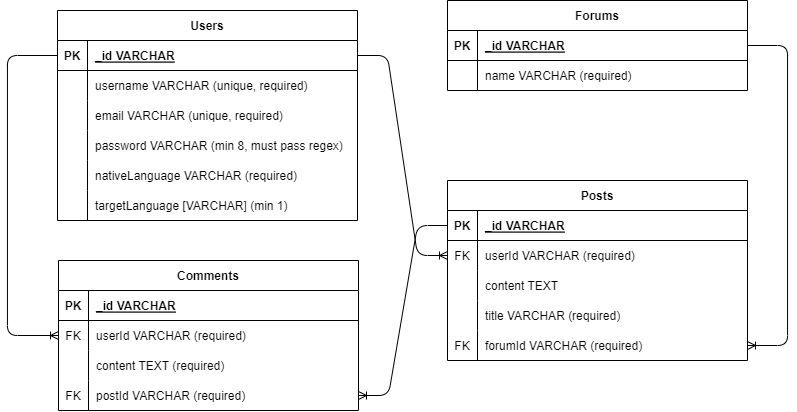
Above: finalPorjectDBSchema.drawio.png in sulthanna97/Hacklingo-backend (draw.io), before the change. Source tidied: cells renumbered, new cells last; positions are measured from the earlier drawing's top-left corner, leaving out a move shared by most shapes. Source of this version:
```xml
<mxGraphModel>
  <root>
    <mxCell id="0" />
    <mxCell id="1" parent="0" />
    <mxCell id="2" value="Users" style="shape=table;startSize=30;rowLines=0;fontStyle=1;align=center;" parent="1" vertex="1">
      <mxGeometry x="50" y="10" width="300" height="210" as="geometry" />
    </mxCell>
    <mxCell id="3" style="shape=tableRow;horizontal=0;startSize=0;swimlaneHead=0;swimlaneBody=0;fillColor=none;points=[[0,0.5],[1,0.5]];portConstraint=eastwest;top=0;left=0;right=0;bottom=1;" parent="2" vertex="1">
      <mxGeometry y="30" width="300" height="30" as="geometry" />
    </mxCell>
    <mxCell id="4" value="PK" style="shape=partialRectangle;fillColor=none;top=0;left=0;bottom=0;right=0;fontStyle=1;overflow=hidden;" parent="3" vertex="1">
      <mxGeometry width="30" height="30" as="geometry" />
    </mxCell>
    <mxCell id="5" value="_id VARCHAR" style="shape=partialRectangle;fillColor=none;top=0;left=0;bottom=0;right=0;align=left;spacingLeft=6;fontStyle=5;overflow=hidden;" parent="3" vertex="1">
      <mxGeometry x="30" width="270" height="30" as="geometry" />
    </mxCell>
    <mxCell id="6" style="shape=tableRow;horizontal=0;startSize=0;swimlaneHead=0;swimlaneBody=0;fillColor=none;top=0;left=0;right=0;bottom=0;" parent="2" vertex="1">
      <mxGeometry y="60" width="300" height="30" as="geometry" />
    </mxCell>
    <mxCell id="7" style="shape=partialRectangle;fillColor=none;top=0;left=0;bottom=0;right=0;overflow=hidden;" parent="6" vertex="1">
      <mxGeometry width="30" height="30" as="geometry" />
    </mxCell>
    <mxCell id="8" value="username VARCHAR (unique, required)" style="shape=partialRectangle;fillColor=none;top=0;left=0;bottom=0;right=0;align=left;spacingLeft=6;overflow=hidden;" parent="6" vertex="1">
      <mxGeometry x="30" width="270" height="30" as="geometry" />
    </mxCell>
    <mxCell id="9" style="shape=tableRow;horizontal=0;startSize=0;swimlaneHead=0;swimlaneBody=0;fillColor=none;top=0;left=0;right=0;bottom=0;" parent="2" vertex="1">
      <mxGeometry y="90" width="300" height="30" as="geometry" />
    </mxCell>
    <mxCell id="10" style="shape=partialRectangle;fillColor=none;top=0;left=0;bottom=0;right=0;overflow=hidden;" parent="9" vertex="1">
      <mxGeometry width="30" height="30" as="geometry" />
    </mxCell>
    <mxCell id="11" value="email VARCHAR (unique, required)" style="shape=partialRectangle;fillColor=none;top=0;left=0;bottom=0;right=0;align=left;spacingLeft=6;overflow=hidden;" parent="9" vertex="1">
      <mxGeometry x="30" width="270" height="30" as="geometry" />
    </mxCell>
    <mxCell id="12" style="shape=tableRow;horizontal=0;startSize=0;swimlaneHead=0;swimlaneBody=0;fillColor=none;top=0;left=0;right=0;bottom=0;" parent="2" vertex="1">
      <mxGeometry y="120" width="300" height="30" as="geometry" />
    </mxCell>
    <mxCell id="13" style="shape=partialRectangle;fillColor=none;top=0;left=0;bottom=0;right=0;overflow=hidden;" parent="12" vertex="1">
      <mxGeometry width="30" height="30" as="geometry" />
    </mxCell>
    <mxCell id="14" value="password VARCHAR (min 8, must pass regex)" style="shape=partialRectangle;fillColor=none;top=0;left=0;bottom=0;right=0;align=left;spacingLeft=6;overflow=hidden;" parent="12" vertex="1">
      <mxGeometry x="30" width="270" height="30" as="geometry" />
    </mxCell>
    <mxCell id="15" style="shape=tableRow;horizontal=0;startSize=0;swimlaneHead=0;swimlaneBody=0;fillColor=none;top=0;left=0;right=0;bottom=0;" parent="2" vertex="1">
      <mxGeometry y="150" width="300" height="30" as="geometry" />
    </mxCell>
    <mxCell id="16" style="shape=partialRectangle;fillColor=none;top=0;left=0;bottom=0;right=0;overflow=hidden;" parent="15" vertex="1">
      <mxGeometry width="30" height="30" as="geometry" />
    </mxCell>
    <mxCell id="17" value="nativeLanguage VARCHAR (required)" style="shape=partialRectangle;fillColor=none;top=0;left=0;bottom=0;right=0;align=left;spacingLeft=6;overflow=hidden;" parent="15" vertex="1">
      <mxGeometry x="30" width="270" height="30" as="geometry" />
    </mxCell>
    <mxCell id="18" style="shape=tableRow;horizontal=0;startSize=0;swimlaneHead=0;swimlaneBody=0;fillColor=none;top=0;left=0;right=0;bottom=0;" parent="2" vertex="1">
      <mxGeometry y="180" width="300" height="30" as="geometry" />
    </mxCell>
    <mxCell id="19" style="shape=partialRectangle;fillColor=none;top=0;left=0;bottom=0;right=0;overflow=hidden;" parent="18" vertex="1">
      <mxGeometry width="30" height="30" as="geometry" />
    </mxCell>
    <mxCell id="20" value="targetLanguage [VARCHAR] (min 1)" style="shape=partialRectangle;fillColor=none;top=0;left=0;bottom=0;right=0;align=left;spacingLeft=6;overflow=hidden;" parent="18" vertex="1">
      <mxGeometry x="30" width="270" height="30" as="geometry" />
    </mxCell>
    <mxCell id="21" value="Forums" style="shape=table;startSize=30;rowLines=0;fontStyle=1;align=center;" parent="1" vertex="1">
      <mxGeometry x="440" width="300" height="90" as="geometry" />
    </mxCell>
    <mxCell id="22" style="shape=tableRow;horizontal=0;startSize=0;swimlaneHead=0;swimlaneBody=0;fillColor=none;points=[[0,0.5],[1,0.5]];portConstraint=eastwest;top=0;left=0;right=0;bottom=1;" parent="21" vertex="1">
      <mxGeometry y="30" width="300" height="30" as="geometry" />
    </mxCell>
    <mxCell id="23" value="PK" style="shape=partialRectangle;fillColor=none;top=0;left=0;bottom=0;right=0;fontStyle=1;overflow=hidden;" parent="22" vertex="1">
      <mxGeometry width="30" height="30" as="geometry" />
    </mxCell>
    <mxCell id="24" value="_id VARCHAR" style="shape=partialRectangle;fillColor=none;top=0;left=0;bottom=0;right=0;align=left;spacingLeft=6;fontStyle=5;overflow=hidden;" parent="22" vertex="1">
      <mxGeometry x="30" width="270" height="30" as="geometry" />
    </mxCell>
    <mxCell id="25" style="shape=tableRow;horizontal=0;startSize=0;swimlaneHead=0;swimlaneBody=0;fillColor=none;top=0;left=0;right=0;bottom=0;" parent="21" vertex="1">
      <mxGeometry y="60" width="300" height="30" as="geometry" />
    </mxCell>
    <mxCell id="26" style="shape=partialRectangle;fillColor=none;top=0;left=0;bottom=0;right=0;overflow=hidden;" parent="25" vertex="1">
      <mxGeometry width="30" height="30" as="geometry" />
    </mxCell>
    <mxCell id="27" value="name VARCHAR (required)" style="shape=partialRectangle;fillColor=none;top=0;left=0;bottom=0;right=0;align=left;spacingLeft=6;overflow=hidden;" parent="25" vertex="1">
      <mxGeometry x="30" width="270" height="30" as="geometry" />
    </mxCell>
    <mxCell id="28" value="Posts" style="shape=table;startSize=30;rowLines=0;fontStyle=1;align=center;" parent="1" vertex="1">
      <mxGeometry x="440" y="180" width="300" height="180" as="geometry" />
    </mxCell>
    <mxCell id="29" style="shape=tableRow;horizontal=0;startSize=0;swimlaneHead=0;swimlaneBody=0;fillColor=none;points=[[0,0.5],[1,0.5]];portConstraint=eastwest;top=0;left=0;right=0;bottom=1;" parent="28" vertex="1">
      <mxGeometry y="30" width="300" height="30" as="geometry" />
    </mxCell>
    <mxCell id="30" value="PK" style="shape=partialRectangle;fillColor=none;top=0;left=0;bottom=0;right=0;fontStyle=1;overflow=hidden;" parent="29" vertex="1">
      <mxGeometry width="30" height="30" as="geometry" />
    </mxCell>
    <mxCell id="31" value="_id VARCHAR" style="shape=partialRectangle;fillColor=none;top=0;left=0;bottom=0;right=0;align=left;spacingLeft=6;fontStyle=5;overflow=hidden;" parent="29" vertex="1">
      <mxGeometry x="30" width="270" height="30" as="geometry" />
    </mxCell>
    <mxCell id="32" style="shape=tableRow;horizontal=0;startSize=0;swimlaneHead=0;swimlaneBody=0;fillColor=none;points=[[0,0.5],[1,0.5]];portConstraint=eastwest;top=0;left=0;right=0;bottom=0;" parent="28" vertex="1">
      <mxGeometry y="60" width="300" height="30" as="geometry" />
    </mxCell>
    <mxCell id="33" value="FK" style="shape=partialRectangle;fillColor=none;top=0;left=0;bottom=0;right=0;overflow=hidden;" parent="32" vertex="1">
      <mxGeometry width="30" height="30" as="geometry" />
    </mxCell>
    <mxCell id="34" value="userId VARCHAR (required)" style="shape=partialRectangle;fillColor=none;top=0;left=0;bottom=0;right=0;align=left;spacingLeft=6;overflow=hidden;" parent="32" vertex="1">
      <mxGeometry x="30" width="270" height="30" as="geometry" />
    </mxCell>
    <mxCell id="35" style="shape=tableRow;horizontal=0;startSize=0;swimlaneHead=0;swimlaneBody=0;fillColor=none;top=0;left=0;right=0;bottom=0;" parent="28" vertex="1">
      <mxGeometry y="90" width="300" height="30" as="geometry" />
    </mxCell>
    <mxCell id="36" style="shape=partialRectangle;fillColor=none;top=0;left=0;bottom=0;right=0;overflow=hidden;" parent="35" vertex="1">
      <mxGeometry width="30" height="30" as="geometry" />
    </mxCell>
    <mxCell id="37" value="content TEXT" style="shape=partialRectangle;fillColor=none;top=0;left=0;bottom=0;right=0;align=left;spacingLeft=6;overflow=hidden;" parent="35" vertex="1">
      <mxGeometry x="30" width="270" height="30" as="geometry" />
    </mxCell>
    <mxCell id="38" style="shape=tableRow;horizontal=0;startSize=0;swimlaneHead=0;swimlaneBody=0;fillColor=none;top=0;left=0;right=0;bottom=0;" parent="28" vertex="1">
      <mxGeometry y="120" width="300" height="30" as="geometry" />
    </mxCell>
    <mxCell id="39" style="shape=partialRectangle;fillColor=none;top=0;left=0;bottom=0;right=0;overflow=hidden;" parent="38" vertex="1">
      <mxGeometry width="30" height="30" as="geometry" />
    </mxCell>
    <mxCell id="40" value="title VARCHAR (required)" style="shape=partialRectangle;fillColor=none;top=0;left=0;bottom=0;right=0;align=left;spacingLeft=6;overflow=hidden;" parent="38" vertex="1">
      <mxGeometry x="30" width="270" height="30" as="geometry" />
    </mxCell>
    <mxCell id="41" style="shape=tableRow;horizontal=0;startSize=0;swimlaneHead=0;swimlaneBody=0;fillColor=none;points=[[0,0.5],[1,0.5]];portConstraint=eastwest;top=0;left=0;right=0;bottom=0;" parent="28" vertex="1">
      <mxGeometry y="150" width="300" height="30" as="geometry" />
    </mxCell>
    <mxCell id="42" value="FK" style="shape=partialRectangle;fillColor=none;top=0;left=0;bottom=0;right=0;overflow=hidden;" parent="41" vertex="1">
      <mxGeometry width="30" height="30" as="geometry" />
    </mxCell>
    <mxCell id="43" value="forumId VARCHAR (required)" style="shape=partialRectangle;fillColor=none;top=0;left=0;bottom=0;right=0;align=left;spacingLeft=6;overflow=hidden;" parent="41" vertex="1">
      <mxGeometry x="30" width="270" height="30" as="geometry" />
    </mxCell>
    <mxCell id="44" value="Comments" style="shape=table;startSize=30;rowLines=0;fontStyle=1;align=center;" parent="1" vertex="1">
      <mxGeometry x="51" y="260" width="300" height="150" as="geometry" />
    </mxCell>
    <mxCell id="45" style="shape=tableRow;horizontal=0;startSize=0;swimlaneHead=0;swimlaneBody=0;fillColor=none;top=0;left=0;right=0;bottom=1;" parent="44" vertex="1">
      <mxGeometry y="30" width="300" height="30" as="geometry" />
    </mxCell>
    <mxCell id="46" value="PK" style="shape=partialRectangle;fillColor=none;top=0;left=0;bottom=0;right=0;fontStyle=1;overflow=hidden;" parent="45" vertex="1">
      <mxGeometry width="30" height="30" as="geometry" />
    </mxCell>
    <mxCell id="47" value="_id VARCHAR" style="shape=partialRectangle;fillColor=none;top=0;left=0;bottom=0;right=0;align=left;spacingLeft=6;fontStyle=5;overflow=hidden;" parent="45" vertex="1">
      <mxGeometry x="30" width="270" height="30" as="geometry" />
    </mxCell>
    <mxCell id="48" style="shape=tableRow;horizontal=0;startSize=0;swimlaneHead=0;swimlaneBody=0;fillColor=none;points=[[0,0.5],[1,0.5]];portConstraint=eastwest;top=0;left=0;right=0;bottom=0;" parent="44" vertex="1">
      <mxGeometry y="60" width="300" height="30" as="geometry" />
    </mxCell>
    <mxCell id="49" value="FK" style="shape=partialRectangle;fillColor=none;top=0;left=0;bottom=0;right=0;overflow=hidden;" parent="48" vertex="1">
      <mxGeometry width="30" height="30" as="geometry" />
    </mxCell>
    <mxCell id="50" value="userId VARCHAR (required)" style="shape=partialRectangle;fillColor=none;top=0;left=0;bottom=0;right=0;align=left;spacingLeft=6;overflow=hidden;" parent="48" vertex="1">
      <mxGeometry x="30" width="270" height="30" as="geometry" />
    </mxCell>
    <mxCell id="51" style="shape=tableRow;horizontal=0;startSize=0;swimlaneHead=0;swimlaneBody=0;fillColor=none;top=0;left=0;right=0;bottom=0;" parent="44" vertex="1">
      <mxGeometry y="90" width="300" height="30" as="geometry" />
    </mxCell>
    <mxCell id="52" style="shape=partialRectangle;fillColor=none;top=0;left=0;bottom=0;right=0;overflow=hidden;" parent="51" vertex="1">
      <mxGeometry width="30" height="30" as="geometry" />
    </mxCell>
    <mxCell id="53" value="content TEXT (required)" style="shape=partialRectangle;fillColor=none;top=0;left=0;bottom=0;right=0;align=left;spacingLeft=6;overflow=hidden;" parent="51" vertex="1">
      <mxGeometry x="30" width="270" height="30" as="geometry" />
    </mxCell>
    <mxCell id="54" style="shape=tableRow;horizontal=0;startSize=0;swimlaneHead=0;swimlaneBody=0;fillColor=none;points=[[0,0.5],[1,0.5]];portConstraint=eastwest;top=0;left=0;right=0;bottom=0;" parent="44" vertex="1">
      <mxGeometry y="120" width="300" height="30" as="geometry" />
    </mxCell>
    <mxCell id="55" value="FK" style="shape=partialRectangle;fillColor=none;top=0;left=0;bottom=0;right=0;overflow=hidden;" parent="54" vertex="1">
      <mxGeometry width="30" height="30" as="geometry" />
    </mxCell>
    <mxCell id="56" value="postId VARCHAR (required)" style="shape=partialRectangle;fillColor=none;top=0;left=0;bottom=0;right=0;align=left;spacingLeft=6;overflow=hidden;" parent="54" vertex="1">
      <mxGeometry x="30" width="270" height="30" as="geometry" />
    </mxCell>
    <mxCell id="57" style="edgeStyle=entityRelationEdgeStyle;fontSize=12;html=1;endArrow=ERoneToMany;exitX=0;exitY=0.5;exitDx=0;exitDy=0;entryX=1;entryY=0.5;entryDx=0;entryDy=0;" parent="1" edge="1" source="29" target="54">
      <mxGeometry relative="1" as="geometry" />
    </mxCell>
    <mxCell id="58" style="edgeStyle=orthogonalEdgeStyle;fontSize=12;html=1;endArrow=ERoneToMany;exitX=1;exitY=0.5;exitDx=0;exitDy=0;entryX=1;entryY=0.5;entryDx=0;entryDy=0;" parent="1" edge="1" source="22" target="41">
      <mxGeometry relative="1" as="geometry">
        <Array as="points">
          <mxPoint x="780" y="45" />
          <mxPoint x="780" y="345" />
        </Array>
      </mxGeometry>
    </mxCell>
    <mxCell id="59" style="edgeStyle=orthogonalEdgeStyle;fontSize=12;html=1;endArrow=ERoneToMany;exitX=0;exitY=0.5;exitDx=0;exitDy=0;entryX=0;entryY=0.5;entryDx=0;entryDy=0;" parent="1" edge="1" source="3" target="48">
      <mxGeometry relative="1" as="geometry">
        <Array as="points">
          <mxPoint y="55" />
          <mxPoint y="335" />
        </Array>
      </mxGeometry>
    </mxCell>
    <mxCell id="60" style="edgeStyle=entityRelationEdgeStyle;fontSize=12;html=1;endArrow=ERoneToMany;exitX=1;exitY=0.5;exitDx=0;exitDy=0;entryX=0;entryY=0.5;entryDx=0;entryDy=0;" parent="1" edge="1" source="3" target="32">
      <mxGeometry relative="1" as="geometry" />
    </mxCell>
  </root>
</mxGraphModel>
```
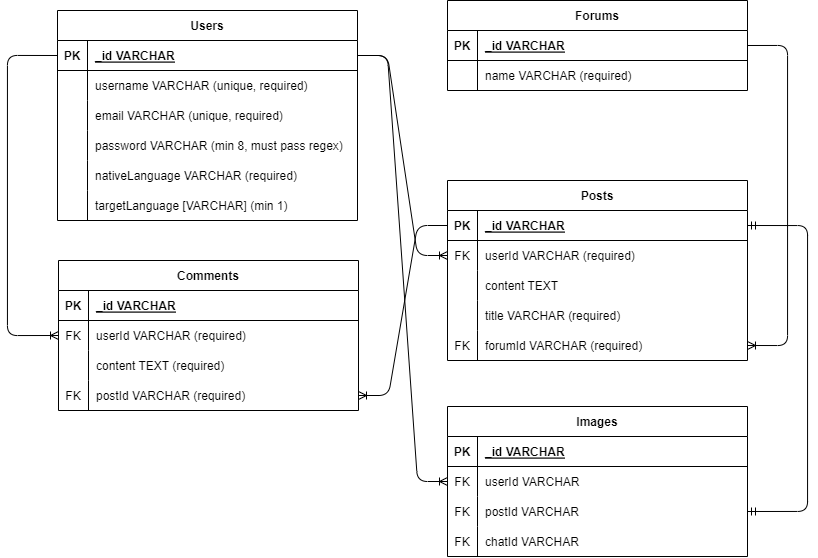
The same diagram one commit later.

Diff of the diagram source:
```diff
@@ -189,5 +189,55 @@
     <mxCell id="60" style="edgeStyle=entityRelationEdgeStyle;fontSize=12;html=1;endArrow=ERoneToMany;exitX=1;exitY=0.5;exitDx=0;exitDy=0;entryX=0;entryY=0.5;entryDx=0;entryDy=0;" parent="1" edge="1" source="3" target="32">
       <mxGeometry relative="1" as="geometry" />
     </mxCell>
+    <mxCell id="61" value="Images" style="shape=table;startSize=30;rowLines=0;fontStyle=1;align=center;" parent="1" vertex="1">
+      <mxGeometry x="440" y="406" width="300" height="150" as="geometry" />
+    </mxCell>
+    <mxCell id="62" style="shape=tableRow;horizontal=0;startSize=0;swimlaneHead=0;swimlaneBody=0;fillColor=none;top=0;left=0;right=0;bottom=1;" parent="61" vertex="1">
+      <mxGeometry y="30" width="300" height="30" as="geometry" />
+    </mxCell>
+    <mxCell id="63" value="PK" style="shape=partialRectangle;fillColor=none;top=0;left=0;bottom=0;right=0;fontStyle=1;overflow=hidden;" parent="62" vertex="1">
+      <mxGeometry width="30" height="30" as="geometry" />
+    </mxCell>
+    <mxCell id="64" value="_id VARCHAR" style="shape=partialRectangle;fillColor=none;top=0;left=0;bottom=0;right=0;align=left;spacingLeft=6;fontStyle=5;overflow=hidden;" parent="62" vertex="1">
+      <mxGeometry x="30" width="270" height="30" as="geometry" />
+    </mxCell>
+    <mxCell id="65" style="shape=tableRow;horizontal=0;startSize=0;swimlaneHead=0;swimlaneBody=0;fillColor=none;points=[[0,0.5],[1,0.5]];portConstraint=eastwest;top=0;left=0;right=0;bottom=0;" parent="61" vertex="1">
+      <mxGeometry y="60" width="300" height="30" as="geometry" />
+    </mxCell>
+    <mxCell id="66" value="FK" style="shape=partialRectangle;fillColor=none;top=0;left=0;bottom=0;right=0;overflow=hidden;" parent="65" vertex="1">
+      <mxGeometry width="30" height="30" as="geometry" />
+    </mxCell>
+    <mxCell id="67" value="userId VARCHAR" style="shape=partialRectangle;fillColor=none;top=0;left=0;bottom=0;right=0;align=left;spacingLeft=6;overflow=hidden;" parent="65" vertex="1">
+      <mxGeometry x="30" width="270" height="30" as="geometry" />
+    </mxCell>
+    <mxCell id="68" style="shape=tableRow;horizontal=0;startSize=0;swimlaneHead=0;swimlaneBody=0;fillColor=none;points=[[0,0.5],[1,0.5]];portConstraint=eastwest;top=0;left=0;right=0;bottom=0;" parent="61" vertex="1">
+      <mxGeometry y="90" width="300" height="30" as="geometry" />
+    </mxCell>
+    <mxCell id="69" value="FK" style="shape=partialRectangle;fillColor=none;top=0;left=0;bottom=0;right=0;overflow=hidden;" parent="68" vertex="1">
+      <mxGeometry width="30" height="30" as="geometry" />
+    </mxCell>
+    <mxCell id="70" value="postId VARCHAR" style="shape=partialRectangle;fillColor=none;top=0;left=0;bottom=0;right=0;align=left;spacingLeft=6;overflow=hidden;" parent="68" vertex="1">
+      <mxGeometry x="30" width="270" height="30" as="geometry" />
+    </mxCell>
+    <mxCell id="71" style="shape=tableRow;horizontal=0;startSize=0;swimlaneHead=0;swimlaneBody=0;fillColor=none;top=0;left=0;right=0;bottom=0;" parent="61" vertex="1">
+      <mxGeometry y="120" width="300" height="30" as="geometry" />
+    </mxCell>
+    <mxCell id="72" value="FK" style="shape=partialRectangle;fillColor=none;top=0;left=0;bottom=0;right=0;overflow=hidden;" parent="71" vertex="1">
+      <mxGeometry width="30" height="30" as="geometry" />
+    </mxCell>
+    <mxCell id="73" value="chatId VARCHAR" style="shape=partialRectangle;fillColor=none;top=0;left=0;bottom=0;right=0;align=left;spacingLeft=6;overflow=hidden;" parent="71" vertex="1">
+      <mxGeometry x="30" width="270" height="30" as="geometry" />
+    </mxCell>
+    <mxCell id="74" style="edgeStyle=orthogonalEdgeStyle;fontSize=12;html=1;endArrow=ERmandOne;startArrow=ERmandOne;entryX=1;entryY=0.5;entryDx=0;entryDy=0;exitX=1;exitY=0.5;exitDx=0;exitDy=0;elbow=vertical;" parent="1" edge="1" source="68" target="29">
+      <mxGeometry relative="1" as="geometry">
+        <Array as="points">
+          <mxPoint x="800" y="511" />
+          <mxPoint x="800" y="225" />
+        </Array>
+      </mxGeometry>
+    </mxCell>
+    <mxCell id="75" style="edgeStyle=entityRelationEdgeStyle;fontSize=12;html=1;endArrow=ERoneToMany;elbow=vertical;entryX=0;entryY=0.5;entryDx=0;entryDy=0;exitX=1;exitY=0.5;exitDx=0;exitDy=0;" parent="1" edge="1" source="3" target="65">
+      <mxGeometry relative="1" as="geometry" />
+    </mxCell>
   </root>
 </mxGraphModel>
```
